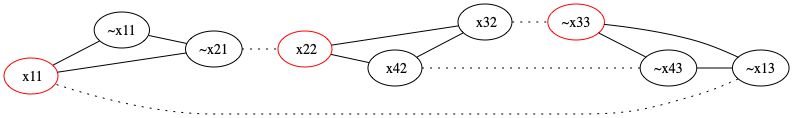
Earlier version of the Graphviz export slides2.png (AndrewHarrisSPU/satset). Its source is kept beside it as slides2.dot.
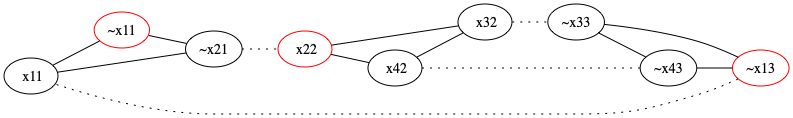
After the commit.

Change to the diagram source:
```diff
@@ -1,7 +1,7 @@
 strict graph {
 	rankdir = LR;
-	node [ color = red    ] " x11"
-	node [ color = black    ] "~x11"
+	node [ color = black    ] " x11"
+	node [ color = red    ] "~x11"
 	node [ color = black    ] "~x21"
 	" x11" -- "~x11"
 	"~x11" -- "~x21"
@@ -12,8 +12,8 @@
 	" x32" -- " x22"
 	" x22" -- " x42"
 	" x42" -- " x32"
-	node [ color = black    ] "~x13"
-	node [ color = red    ] "~x33"
+	node [ color = red    ] "~x13"
+	node [ color = black    ] "~x33"
 	node [ color = black    ] "~x43"
 	"~x13" -- "~x33"
 	"~x33" -- "~x43"
```
